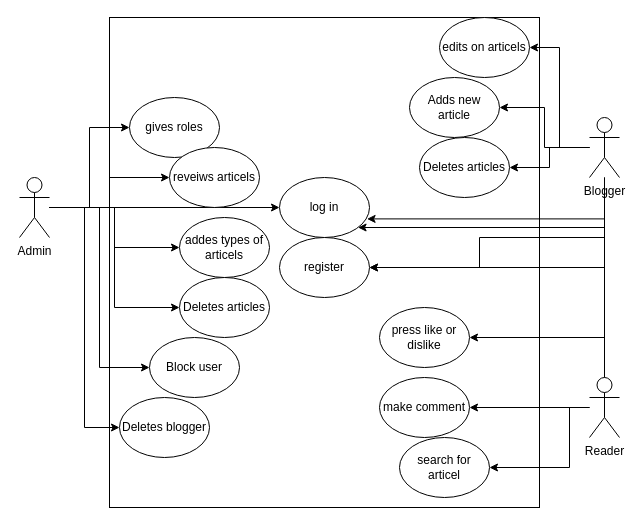
Above: UML/Untitled Diagram.drawio in KhaledAlhelwane/articel (draw.io), before the change. Source tidied: cells renumbered, new cells numbered last; positions are measured from the earlier drawing's top-left corner, leaving out a move shared by most shapes. Both pictures are drawn from the tidied source at 100%, with x=0, y=0 at pixel (19, 17).
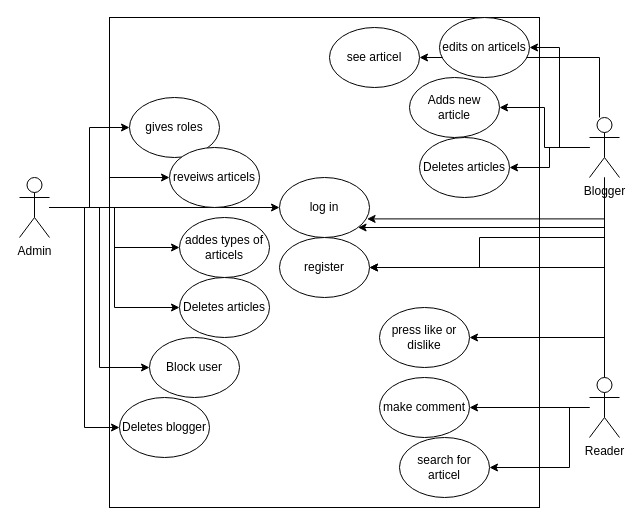
The same page after the edit.

Unchanged cells that the change refers to:
```xml
<mxCell id="9" value="Blogger" style="shape=umlActor;verticalLabelPosition=bottom;verticalAlign=top;html=1;outlineConnect=0;" parent="1" vertex="1">
  <mxGeometry x="570" y="100" width="30" height="60" as="geometry" />
</mxCell>
```

What changed in the source:
```diff
@@
+    <mxCell id="37" style="edgeStyle=orthogonalEdgeStyle;rounded=0;jettySize=auto;html=1;entryX=1;entryY=0.5;entryDx=0;entryDy=0;" parent="1" edge="1" source="9" target="38">
+      <mxGeometry relative="1" as="geometry">
+        <Array as="points">
+          <mxPoint x="580" y="40" />
+        </Array>
+      </mxGeometry>
+    </mxCell>
@@
+    <mxCell id="38" value="see articel" style="ellipse;whiteSpace=wrap;html=1;" parent="1" vertex="1">
+      <mxGeometry x="310" y="10" width="90" height="60" as="geometry" />
+    </mxCell>
```
